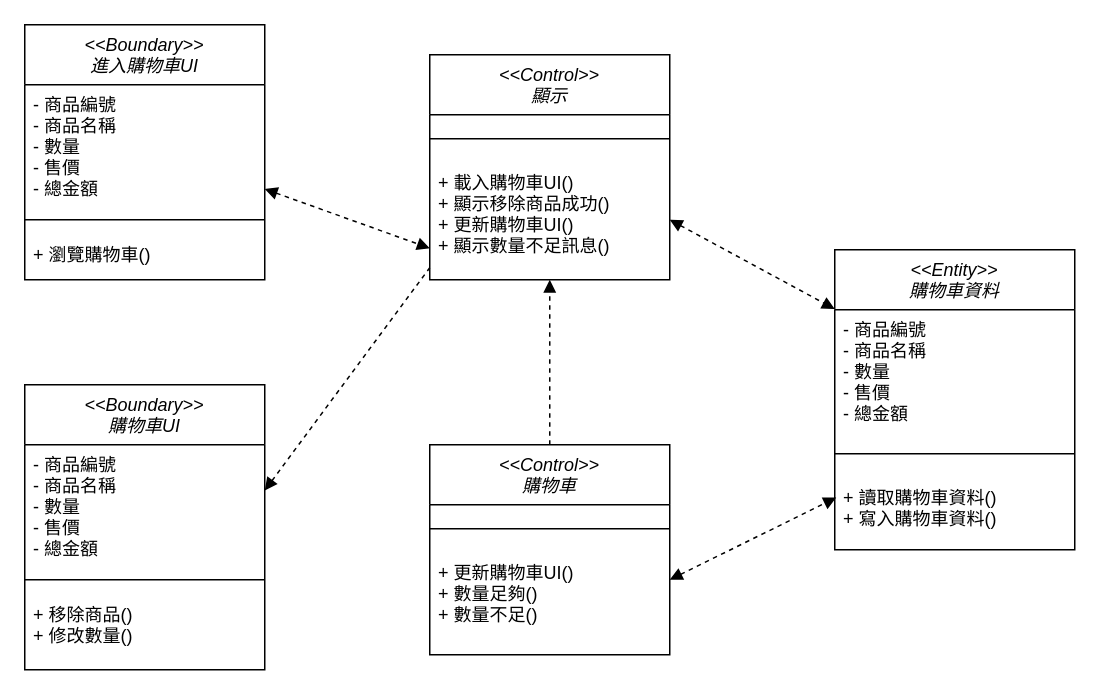
odcs0320/blog keeps this draw.io diagram as 購物車類別圖0515.drawio. Above is the earlier version. Source tidied: cells renumbered, new cells numbered last; positions are measured from the earlier drawing's top-left corner, leaving out a move shared by most shapes. Both pictures are drawn from the tidied source at 150%, with x=0, y=0 at pixel (24, 24).
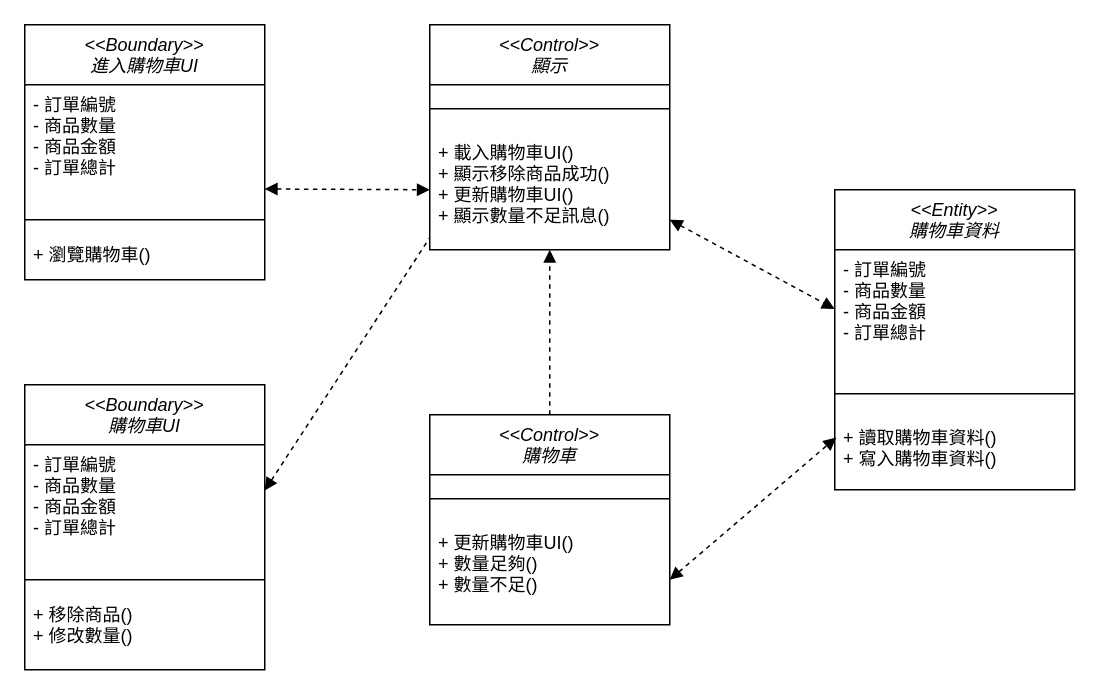
After the change.

Commit message:
更新購物車類別圖0515.drawio

The change refers to these unchanged cells:
```xml
<mxCell id="2" value="&lt;&lt;Boundary&gt;&gt;&#10;進入購物車UI" style="swimlane;fontStyle=2;align=center;verticalAlign=top;horizontal=1;startSize=40;rounded=0;shadow=0;strokeWidth=1;" parent="1" vertex="1">
  <mxGeometry width="160" height="170" as="geometry" />
</mxCell>
<mxCell id="6" value="&lt;&lt;Boundary&gt;&gt;&#10;購物車UI" style="swimlane;fontStyle=2;align=center;verticalAlign=top;horizontal=1;startSize=40;rounded=0;shadow=0;strokeWidth=1;" parent="1" vertex="1">
  <mxGeometry y="240" width="160" height="190" as="geometry" />
</mxCell>
<mxCell id="12" value="+ 載入購物車UI()&#10;+ 顯示移除商品成功()&#10;+ 更新購物車UI()&#10;+ 顯示數量不足訊息()" style="text;align=left;verticalAlign=top;spacingLeft=4;spacingRight=4;overflow=hidden;points=[[0,0.5],[1,0.5]];portConstraint=eastwest;rounded=0;shadow=0;html=0;" parent="10" vertex="1">
  <mxGeometry y="72" width="160" height="68" as="geometry" />
</mxCell>
```

The edit, as a diff of the source:
```diff
@@
-    <mxCell id="3" value="- 商品編號&#10;- 商品名稱&#10;- 數量&#10;- 售價&#10;- 總金額" style="text;align=left;verticalAlign=top;spacingLeft=4;spacingRight=4;overflow=hidden;rounded=0;shadow=0;html=0;" parent="2" vertex="1">
+    <mxCell id="3" value="- 訂單編號&#10;- 商品數量&#10;- 商品金額&#10;- 訂單總計" style="text;align=left;verticalAlign=top;spacingLeft=4;spacingRight=4;overflow=hidden;rounded=0;shadow=0;html=0;" parent="2" vertex="1">
       <mxGeometry y="40" width="160" height="80" as="geometry" />
     </mxCell>
@@
-    <mxCell id="7" value="- 商品編號&#10;- 商品名稱&#10;- 數量&#10;- 售價&#10;- 總金額" style="text;align=left;verticalAlign=top;spacingLeft=4;spacingRight=4;overflow=hidden;rounded=0;shadow=0;html=0;" parent="6" vertex="1">
+    <mxCell id="7" value="- 訂單編號&#10;- 商品數量&#10;- 商品金額&#10;- 訂單總計" style="text;align=left;verticalAlign=top;spacingLeft=4;spacingRight=4;overflow=hidden;rounded=0;shadow=0;html=0;" parent="6" vertex="1">
       <mxGeometry y="40" width="160" height="80" as="geometry" />
     </mxCell>
@@
     <mxCell id="10" value="&lt;&lt;Control&gt;&gt;&#10;顯示" style="swimlane;fontStyle=2;align=center;verticalAlign=top;horizontal=1;startSize=40;rounded=0;shadow=0;strokeWidth=1;" parent="1" vertex="1">
-      <mxGeometry x="270" y="20" width="160" height="150" as="geometry" />
+      <mxGeometry x="270" width="160" height="150" as="geometry" />
     </mxCell>
@@
     <mxCell id="13" value="&lt;&lt;Control&gt;&gt;&#10;購物車" style="swimlane;fontStyle=2;align=center;verticalAlign=top;horizontal=1;startSize=40;rounded=0;shadow=0;strokeWidth=1;" parent="1" vertex="1">
-      <mxGeometry x="270" y="280" width="160" height="140" as="geometry" />
+      <mxGeometry x="270" y="260" width="160" height="140" as="geometry" />
     </mxCell>
@@
     <mxCell id="16" value="&lt;&lt;Entity&gt;&gt;&#10;購物車資料" style="swimlane;fontStyle=2;align=center;verticalAlign=top;horizontal=1;startSize=40;rounded=0;shadow=0;strokeWidth=1;" parent="1" vertex="1">
-      <mxGeometry x="540" y="150" width="160" height="200" as="geometry" />
+      <mxGeometry x="540" y="110" width="160" height="200" as="geometry" />
     </mxCell>
-    <mxCell id="17" value="- 商品編號&#10;- 商品名稱&#10;- 數量&#10;- 售價&#10;- 總金額" style="text;align=left;verticalAlign=top;spacingLeft=4;spacingRight=4;overflow=hidden;rounded=0;shadow=0;html=0;" parent="16" vertex="1">
+    <mxCell id="17" value="- 訂單編號&#10;- 商品數量&#10;- 商品金額&#10;- 訂單總計" style="text;align=left;verticalAlign=top;spacingLeft=4;spacingRight=4;overflow=hidden;rounded=0;shadow=0;html=0;" parent="16" vertex="1">
       <mxGeometry y="40" width="160" height="80" as="geometry" />
     </mxCell>
@@
-    <mxCell id="20" style="endArrow=block;startArrow=block;endFill=1;startFill=1;html=1;rounded=0;exitX=1;exitY=0.5;exitDx=0;exitDy=0;dashed=1;entryX=0;entryY=0.838;entryDx=0;entryDy=0;entryPerimeter=0;" parent="1" edge="1" target="12">
+    <mxCell id="20" style="endArrow=block;startArrow=block;endFill=1;startFill=1;html=1;rounded=0;exitX=1;exitY=0.5;exitDx=0;exitDy=0;dashed=1;" parent="1" edge="1">
       <mxGeometry relative="1" as="geometry">
         <mxPoint x="160" y="109.5" as="sourcePoint" />
+        <mxPoint x="270" y="110" as="targetPoint" />
       </mxGeometry>
     </mxCell>
```
